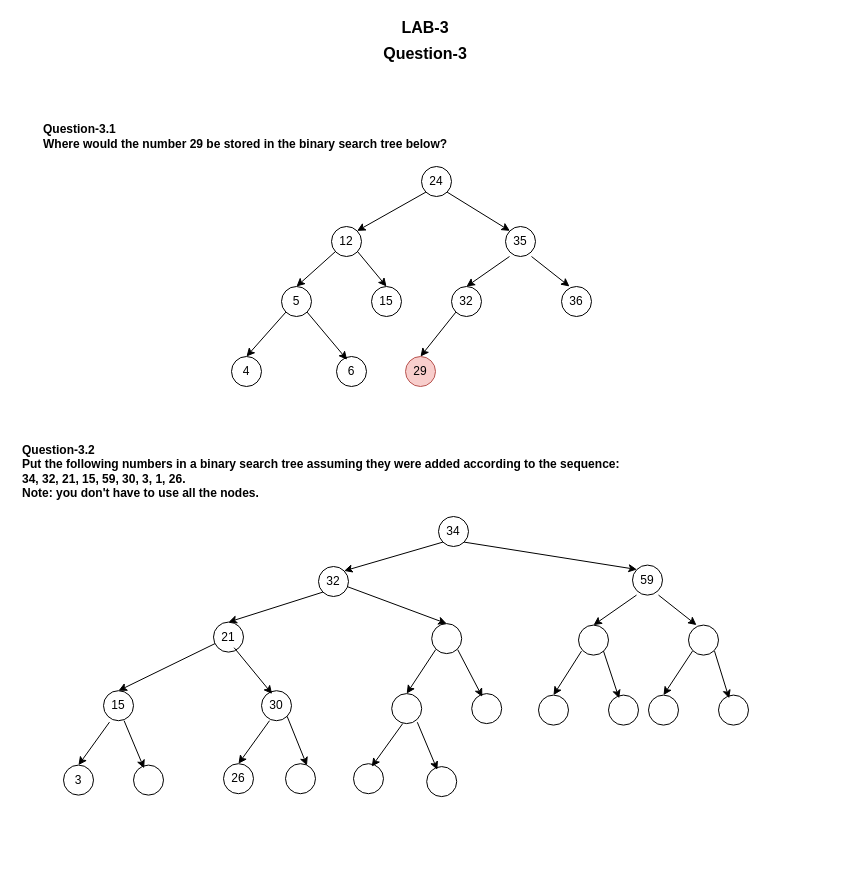
The draw.io diagram LAB-3.drawio in ProgPatterns/Lab3_midtermReview, before the edit. Source tidied: cells renumbered, new cells numbered last; positions are measured from the earlier drawing's top-left corner, leaving out a move shared by most shapes. Both pictures are drawn from the tidied source at 100%, with x=0, y=0 at pixel (20, 26).
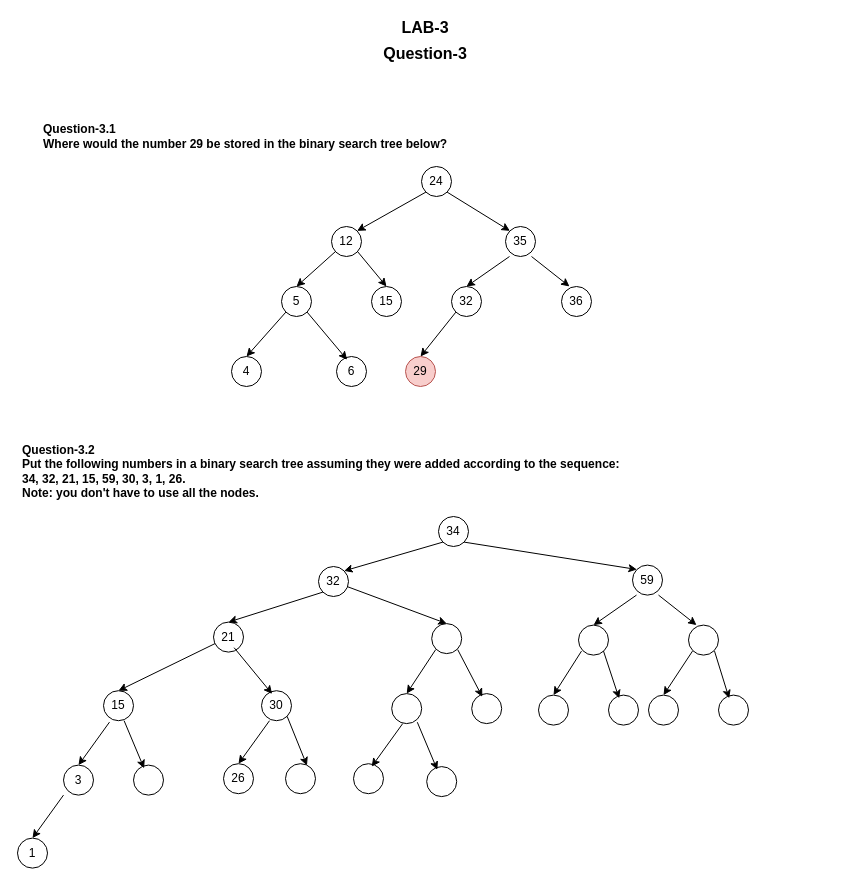
The same page after the edit.

The edit, as a diff of the source:
```diff
@@
+    <mxCell id="65" value="1" style="ellipse;whiteSpace=wrap;html=1;" parent="1" vertex="1">
+      <mxGeometry x="-3" y="811.6" width="30" height="30" as="geometry" />
+    </mxCell>
+    <mxCell id="66" style="endArrow=classic;html=1;rounded=0;entryX=0.5;entryY=0;entryDx=0;entryDy=0;" parent="1" edge="1" target="65">
+      <mxGeometry relative="1" as="geometry">
+        <mxPoint x="43" y="768.6" as="sourcePoint" />
+      </mxGeometry>
+    </mxCell>
```
